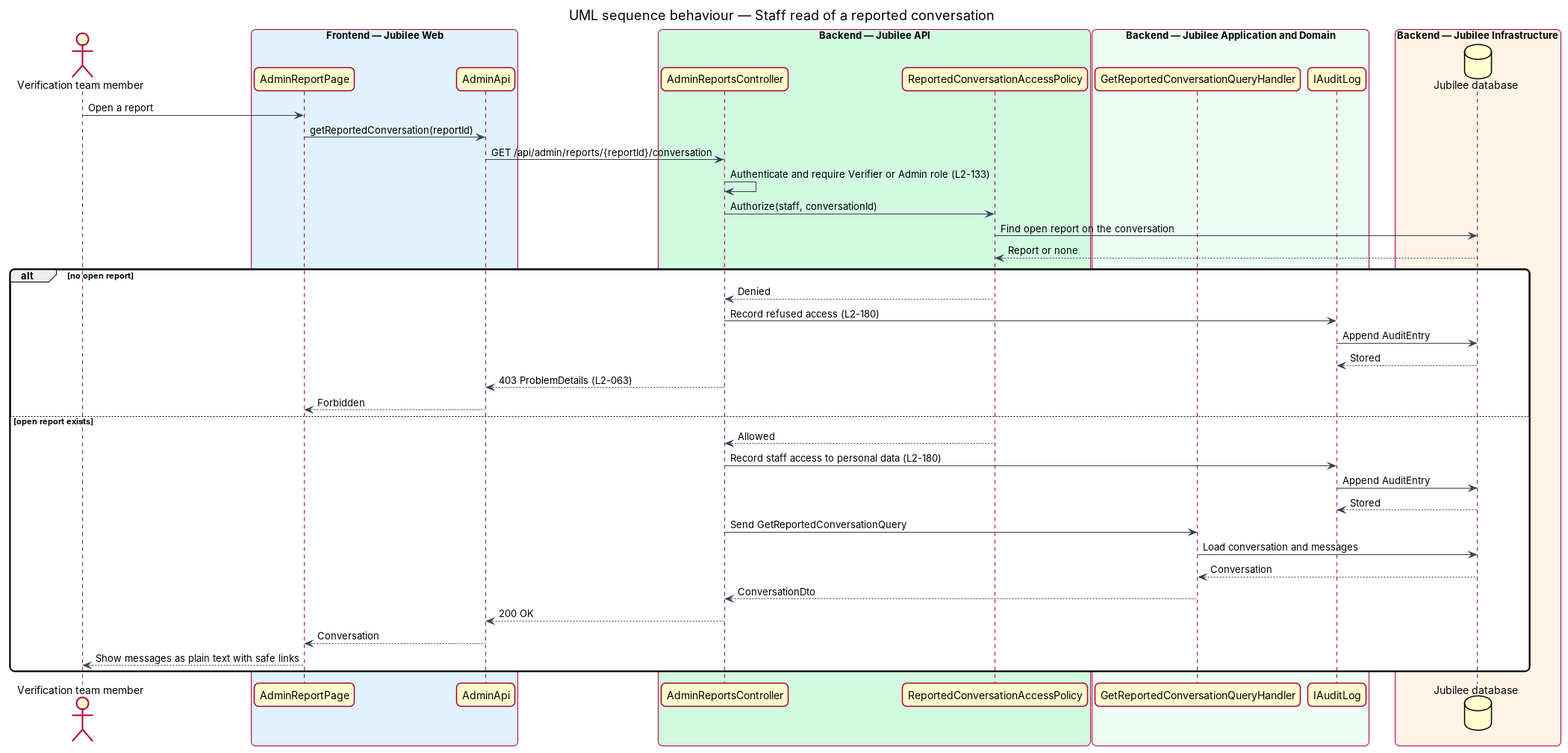
QuinntyneBrown/jubilee keeps this PlantUML diagram as docs/detailed-designs/messaging/report-conversation/diagrams/sequence-staff-read-reported-conversation.png. Above is the earlier version. Its source is kept beside it as docs/detailed-designs/messaging/report-conversation/diagrams/sequence-staff-read-reported-conversation.puml.
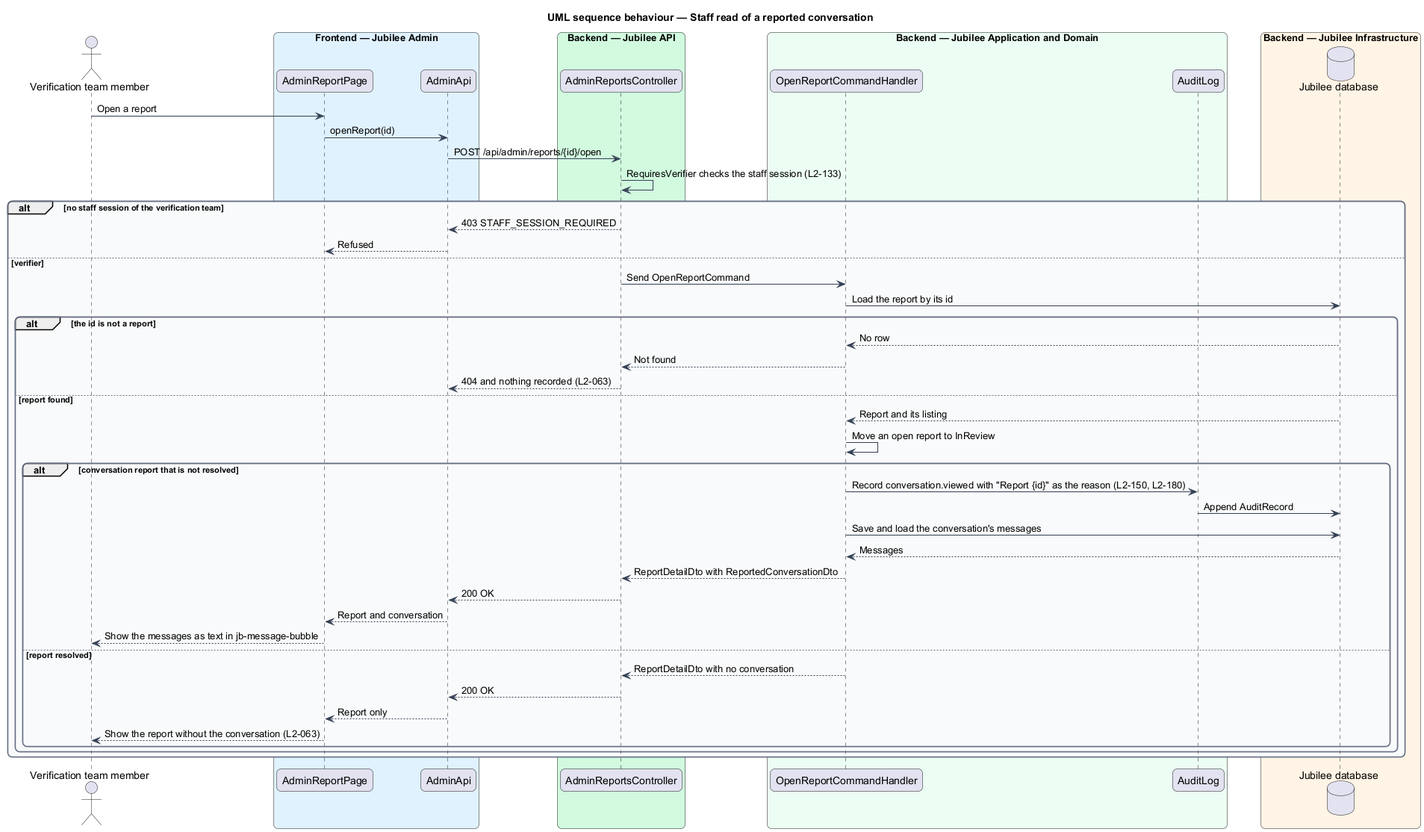
After the commit.

What changed in the source:
```diff
@@ -15,46 +15,52 @@
   BackgroundColor #F9FAFB
 }
 actor "Verification team member" as verifier
-box "Frontend — Jubilee Web" #E0F2FE
+box "Frontend — Jubilee Admin" #E0F2FE
   participant "AdminReportPage" as page
   participant "AdminApi" as client
 end box
 box "Backend — Jubilee API" #D1FADF
   participant "AdminReportsController" as controller
-  participant "ReportedConversationAccessPolicy" as policy
 end box
 box "Backend — Jubilee Application and Domain" #ECFDF3
-  participant "GetReportedConversationQueryHandler" as handler
-  participant "IAuditLog" as audit
+  participant "OpenReportCommandHandler" as handler
+  participant "AuditLog" as audit
 end box
 box "Backend — Jubilee Infrastructure" #FFF4E5
   database "Jubilee database" as db
 end box
 verifier -> page : Open a report
-page -> client : getReportedConversation(reportId)
-client -> controller : GET /api/admin/reports/{reportId}/conversation
-controller -> controller : Authenticate and require Verifier or Admin role (L2-133)
-controller -> policy : Authorize(staff, conversationId)
-policy -> db : Find open report on the conversation
-db --> policy : Report or none
-alt no open report
-  policy --> controller : Denied
-  controller -> audit : Record refused access (L2-180)
-  audit -> db : Append AuditEntry
-  db --> audit : Stored
-  controller --> client : 403 ProblemDetails (L2-063)
-  client --> page : Forbidden
-else open report exists
-  policy --> controller : Allowed
-  controller -> audit : Record staff access to personal data (L2-180)
-  audit -> db : Append AuditEntry
-  db --> audit : Stored
-  controller -> handler : Send GetReportedConversationQuery
-  handler -> db : Load conversation and messages
-  db --> handler : Conversation
-  handler --> controller : ConversationDto
-  controller --> client : 200 OK
-  client --> page : Conversation
-  page --> verifier : Show messages as plain text with safe links
+page -> client : openReport(id)
+client -> controller : POST /api/admin/reports/{id}/open
+controller -> controller : RequiresVerifier checks the staff session (L2-133)
+alt no staff session of the verification team
+  controller --> client : 403 STAFF_SESSION_REQUIRED
+  client --> page : Refused
+else verifier
+  controller -> handler : Send OpenReportCommand
+  handler -> db : Load the report by its id
+  alt the id is not a report
+    db --> handler : No row
+    handler --> controller : Not found
+    controller --> client : 404 and nothing recorded (L2-063)
+  else report found
+    db --> handler : Report and its listing
+    handler -> handler : Move an open report to InReview
+    alt conversation report that is not resolved
+      handler -> audit : Record conversation.viewed with "Report {id}" as the reason (L2-150, L2-180)
+      audit -> db : Append AuditRecord
+      handler -> db : Save and load the conversation's messages
+      db --> handler : Messages
+      handler --> controller : ReportDetailDto with ReportedConversationDto
+      controller --> client : 200 OK
+      client --> page : Report and conversation
+      page --> verifier : Show the messages as text in jb-message-bubble
+    else report resolved
+      handler --> controller : ReportDetailDto with no conversation
+      controller --> client : 200 OK
+      client --> page : Report only
+      page --> verifier : Show the report without the conversation (L2-063)
+    end
+  end
 end
 @enduml
```
